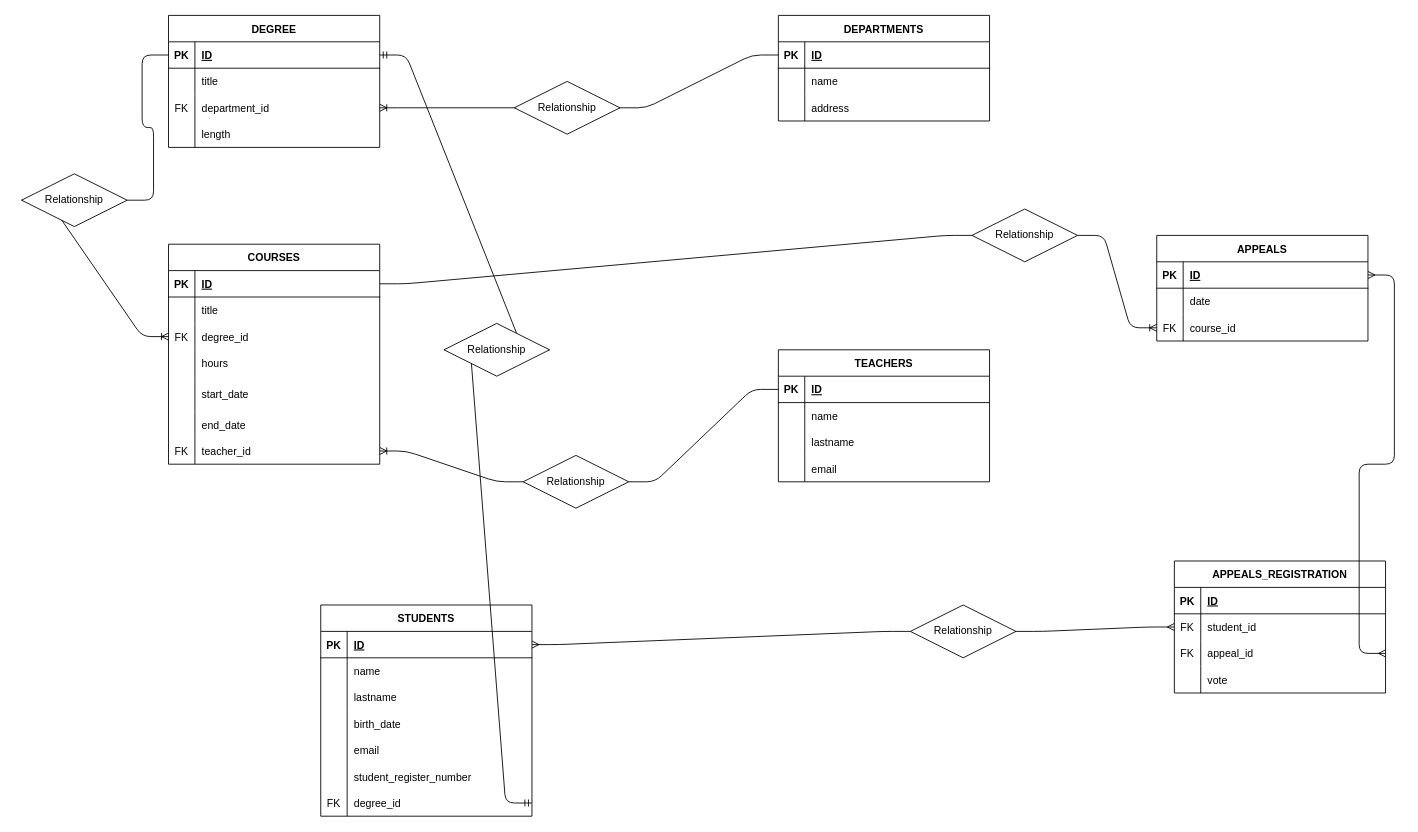
Above: university.drawio in Seko461/db-university (draw.io), before the change. Source tidied: cells renumbered, new cells numbered last; positions are measured from the earlier drawing's top-left corner, leaving out a move shared by most shapes. Both pictures are drawn from the tidied source at 88%, with x=0, y=0 at pixel (21, 15).
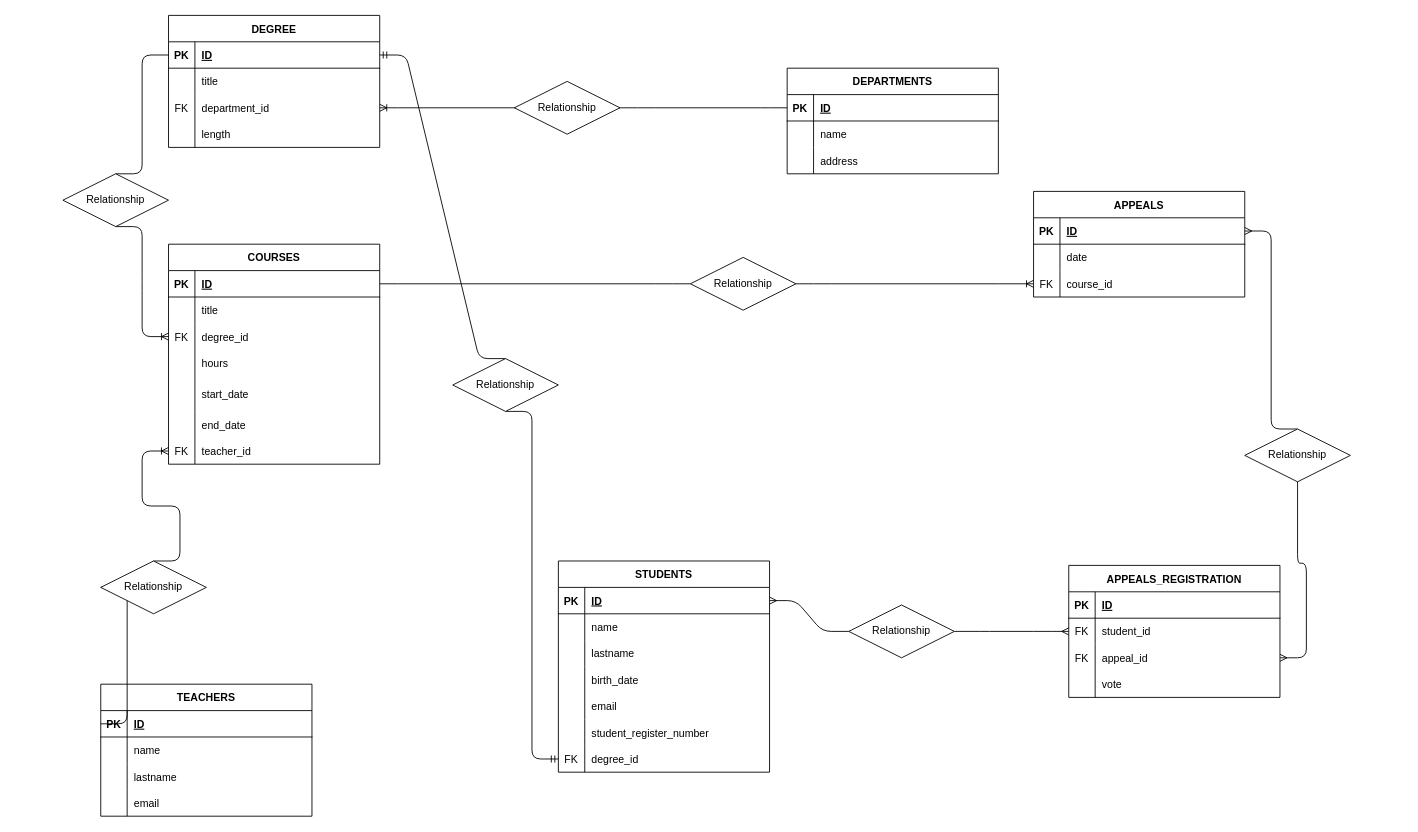
After the change.

Unchanged cells that the change refers to:
```xml
<mxCell id="13" style="shape=tableRow;horizontal=0;startSize=0;swimlaneHead=0;swimlaneBody=0;fillColor=none;points=[[0,0.5],[1,0.5]];portConstraint=eastwest;top=0;left=0;right=0;bottom=1;" parent="12" vertex="1">
  <mxGeometry y="30" width="240" height="30" as="geometry" />
</mxCell>
<mxCell id="32" style="shape=tableRow;horizontal=0;startSize=0;swimlaneHead=0;swimlaneBody=0;fillColor=none;points=[[0,0.5],[1,0.5]];portConstraint=eastwest;top=0;left=0;right=0;bottom=0;" parent="25" vertex="1">
  <mxGeometry y="90" width="240" height="30" as="geometry" />
</mxCell>
<mxCell id="44" style="shape=tableRow;horizontal=0;startSize=0;swimlaneHead=0;swimlaneBody=0;fillColor=none;points=[[0,0.5],[1,0.5]];portConstraint=eastwest;top=0;left=0;right=0;bottom=0;" parent="25" vertex="1">
  <mxGeometry y="220" width="240" height="30" as="geometry" />
</mxCell>
<mxCell id="48" style="shape=tableRow;horizontal=0;startSize=0;swimlaneHead=0;swimlaneBody=0;fillColor=none;points=[[0,0.5],[1,0.5]];portConstraint=eastwest;top=0;left=0;right=0;bottom=1;" parent="47" vertex="1">
  <mxGeometry y="30" width="240" height="30" as="geometry" />
</mxCell>
<mxCell id="61" style="shape=tableRow;horizontal=0;startSize=0;swimlaneHead=0;swimlaneBody=0;fillColor=none;points=[[0,0.5],[1,0.5]];portConstraint=eastwest;top=0;left=0;right=0;bottom=1;" parent="60" vertex="1">
  <mxGeometry y="30" width="240" height="30" as="geometry" />
</mxCell>
<mxCell id="89" style="shape=tableRow;horizontal=0;startSize=0;swimlaneHead=0;swimlaneBody=0;fillColor=none;points=[[0,0.5],[1,0.5]];portConstraint=eastwest;top=0;left=0;right=0;bottom=0;" parent="70" vertex="1">
  <mxGeometry y="210" width="240" height="30" as="geometry" />
</mxCell>
<mxCell id="99" style="shape=tableRow;horizontal=0;startSize=0;swimlaneHead=0;swimlaneBody=0;fillColor=none;points=[[0,0.5],[1,0.5]];portConstraint=eastwest;top=0;left=0;right=0;bottom=0;" parent="92" vertex="1">
  <mxGeometry y="90" width="240" height="30" as="geometry" />
</mxCell>
```

What changed in the source:
```diff
@@
     <mxCell id="2" value="DEPARTMENTS" style="shape=table;startSize=30;childLayout=tableLayout;rowLines=0;fontStyle=1;align=center;" parent="1" vertex="1">
-      <mxGeometry x="860" width="240" height="120" as="geometry" />
+      <mxGeometry x="870" y="60" width="240" height="120" as="geometry" />
     </mxCell>
@@
     <mxCell id="47" value="TEACHERS" style="shape=table;startSize=30;childLayout=tableLayout;rowLines=0;fontStyle=1;align=center;" parent="1" vertex="1">
-      <mxGeometry x="860" y="380" width="240" height="150" as="geometry" />
+      <mxGeometry x="90" y="760" width="240" height="150" as="geometry" />
     </mxCell>
@@
     <mxCell id="60" value="APPEALS" style="shape=table;startSize=30;childLayout=tableLayout;rowLines=0;fontStyle=1;align=center;" parent="1" vertex="1">
-      <mxGeometry x="1290" y="250" width="240" height="120" as="geometry" />
+      <mxGeometry x="1150" y="200" width="240" height="120" as="geometry" />
     </mxCell>
@@
     <mxCell id="70" value="STUDENTS" style="shape=table;startSize=30;childLayout=tableLayout;rowLines=0;fontStyle=1;align=center;" parent="1" vertex="1">
-      <mxGeometry x="340" y="670" width="240" height="240" as="geometry" />
+      <mxGeometry x="610" y="620" width="240" height="240" as="geometry" />
     </mxCell>
@@
     <mxCell id="92" value="APPEALS_REGISTRATION" style="shape=table;startSize=30;childLayout=tableLayout;rowLines=0;fontStyle=1;align=center;" parent="1" vertex="1">
-      <mxGeometry x="1310" y="620" width="240" height="150" as="geometry" />
+      <mxGeometry x="1190" y="625" width="240" height="150" as="geometry" />
     </mxCell>
@@
-    <mxCell id="108" style="edgeStyle=entityRelationEdgeStyle;fontSize=12;html=1;endArrow=ERoneToMany;entryX=0;entryY=0.5;entryDx=0;entryDy=0;exitX=0;exitY=0.5;exitDx=0;exitDy=0;startArrow=none;" parent="1" edge="1" source="110" target="32">
+    <mxCell id="108" style="edgeStyle=entityRelationEdgeStyle;fontSize=12;html=1;endArrow=ERoneToMany;entryX=0;entryY=0.5;entryDx=0;entryDy=0;exitX=0.5;exitY=1;exitDx=0;exitDy=0;startArrow=none;" parent="1" edge="1" source="110" target="32">
       <mxGeometry relative="1" as="geometry" />
     </mxCell>
-    <mxCell id="109" style="edgeStyle=entityRelationEdgeStyle;fontSize=12;html=1;endArrow=none;entryX=1;entryY=0.5;entryDx=0;entryDy=0;exitX=0;exitY=0.5;exitDx=0;exitDy=0;" parent="1" edge="1" source="13" target="110">
+    <mxCell id="109" style="edgeStyle=entityRelationEdgeStyle;fontSize=12;html=1;endArrow=none;entryX=0.5;entryY=0;entryDx=0;entryDy=0;exitX=0;exitY=0.5;exitDx=0;exitDy=0;" parent="1" edge="1" source="13" target="110">
       <mxGeometry relative="1" as="geometry" />
     </mxCell>
     <mxCell id="110" value="Relationship" style="shape=rhombus;perimeter=rhombusPerimeter;whiteSpace=wrap;html=1;align=center;" parent="1" vertex="1">
-      <mxGeometry y="180" width="120" height="60" as="geometry" />
+      <mxGeometry x="47" y="180" width="120" height="60" as="geometry" />
     </mxCell>
-    <mxCell id="111" style="edgeStyle=entityRelationEdgeStyle;fontSize=12;html=1;endArrow=ERoneToMany;entryX=1;entryY=0.5;entryDx=0;entryDy=0;exitX=0;exitY=0.5;exitDx=0;exitDy=0;startArrow=none;" parent="1" edge="1" source="113" target="44">
+    <mxCell id="111" style="edgeStyle=entityRelationEdgeStyle;fontSize=12;html=1;endArrow=ERoneToMany;exitX=0.5;exitY=0;exitDx=0;exitDy=0;startArrow=none;entryX=0;entryY=0.5;entryDx=0;entryDy=0;" parent="1" edge="1" source="113" target="44">
       <mxGeometry relative="1" as="geometry" />
     </mxCell>
-    <mxCell id="112" style="edgeStyle=entityRelationEdgeStyle;fontSize=12;html=1;endArrow=none;entryX=1;entryY=0.5;entryDx=0;entryDy=0;exitX=0;exitY=0.5;exitDx=0;exitDy=0;" parent="1" edge="1" source="48" target="113">
+    <mxCell id="112" style="edgeStyle=entityRelationEdgeStyle;fontSize=12;html=1;endArrow=none;entryX=0;entryY=0.5;entryDx=0;entryDy=0;exitX=0;exitY=0.5;exitDx=0;exitDy=0;" parent="1" edge="1" source="48" target="113">
       <mxGeometry relative="1" as="geometry" />
     </mxCell>
     <mxCell id="113" value="Relationship" style="shape=rhombus;perimeter=rhombusPerimeter;whiteSpace=wrap;html=1;align=center;" parent="1" vertex="1">
-      <mxGeometry x="570" y="500" width="120" height="60" as="geometry" />
+      <mxGeometry x="90" y="620" width="120" height="60" as="geometry" />
     </mxCell>
@@
     <mxCell id="116" value="Relationship" style="shape=rhombus;perimeter=rhombusPerimeter;whiteSpace=wrap;html=1;align=center;" parent="1" vertex="1">
-      <mxGeometry x="1080" y="220" width="120" height="60" as="geometry" />
+      <mxGeometry x="760" y="275" width="120" height="60" as="geometry" />
     </mxCell>
-    <mxCell id="117" style="edgeStyle=entityRelationEdgeStyle;fontSize=12;html=1;endArrow=ERmandOne;startArrow=none;exitX=1;exitY=0.5;exitDx=0;exitDy=0;entryX=1;entryY=0.5;entryDx=0;entryDy=0;" parent="1" edge="1" source="119" target="13">
+    <mxCell id="117" style="edgeStyle=entityRelationEdgeStyle;fontSize=12;html=1;endArrow=ERmandOne;startArrow=none;exitX=0.5;exitY=0;exitDx=0;exitDy=0;entryX=1;entryY=0.5;entryDx=0;entryDy=0;" parent="1" edge="1" source="119" target="13">
       <mxGeometry relative="1" as="geometry" />
     </mxCell>
-    <mxCell id="118" style="edgeStyle=entityRelationEdgeStyle;fontSize=12;html=1;endArrow=none;startArrow=ERmandOne;entryX=0;entryY=0.5;entryDx=0;entryDy=0;exitX=1;exitY=0.5;exitDx=0;exitDy=0;" parent="1" edge="1" source="89" target="119">
+    <mxCell id="118" style="edgeStyle=entityRelationEdgeStyle;fontSize=12;html=1;endArrow=none;startArrow=ERmandOne;exitX=0;exitY=0.5;exitDx=0;exitDy=0;entryX=0.5;entryY=1;entryDx=0;entryDy=0;" parent="1" edge="1" source="89" target="119">
       <mxGeometry relative="1" as="geometry" />
     </mxCell>
     <mxCell id="119" value="Relationship" style="shape=rhombus;perimeter=rhombusPerimeter;whiteSpace=wrap;html=1;align=center;" parent="1" vertex="1">
-      <mxGeometry x="480" y="350" width="120" height="60" as="geometry" />
+      <mxGeometry x="490" y="390" width="120" height="60" as="geometry" />
     </mxCell>
@@
     <mxCell id="122" value="Relationship" style="shape=rhombus;perimeter=rhombusPerimeter;whiteSpace=wrap;html=1;align=center;" parent="1" vertex="1">
-      <mxGeometry x="1010" y="670" width="120" height="60" as="geometry" />
+      <mxGeometry x="940" y="670" width="120" height="60" as="geometry" />
     </mxCell>
-    <mxCell id="123" style="edgeStyle=entityRelationEdgeStyle;fontSize=12;html=1;endArrow=ERmany;startArrow=ERmany;entryX=1;entryY=0.5;entryDx=0;entryDy=0;exitX=1;exitY=0.5;exitDx=0;exitDy=0;" parent="1" edge="1" source="99" target="61">
+    <mxCell id="123" style="edgeStyle=entityRelationEdgeStyle;fontSize=12;html=1;endArrow=ERmany;startArrow=none;exitX=0.5;exitY=0;exitDx=0;exitDy=0;entryX=1;entryY=0.5;entryDx=0;entryDy=0;" parent="1" edge="1" source="125" target="61">
       <mxGeometry relative="1" as="geometry" />
     </mxCell>
+    <mxCell id="124" style="edgeStyle=entityRelationEdgeStyle;fontSize=12;html=1;endArrow=none;startArrow=ERmany;exitX=1;exitY=0.5;exitDx=0;exitDy=0;entryX=1;entryY=1;entryDx=0;entryDy=0;" parent="1" edge="1" source="99" target="125">
+      <mxGeometry relative="1" as="geometry" />
+    </mxCell>
+    <mxCell id="125" value="Relationship" style="shape=rhombus;perimeter=rhombusPerimeter;whiteSpace=wrap;html=1;align=center;" parent="1" vertex="1">
+      <mxGeometry x="1390" y="470" width="120" height="60" as="geometry" />
+    </mxCell>
```
